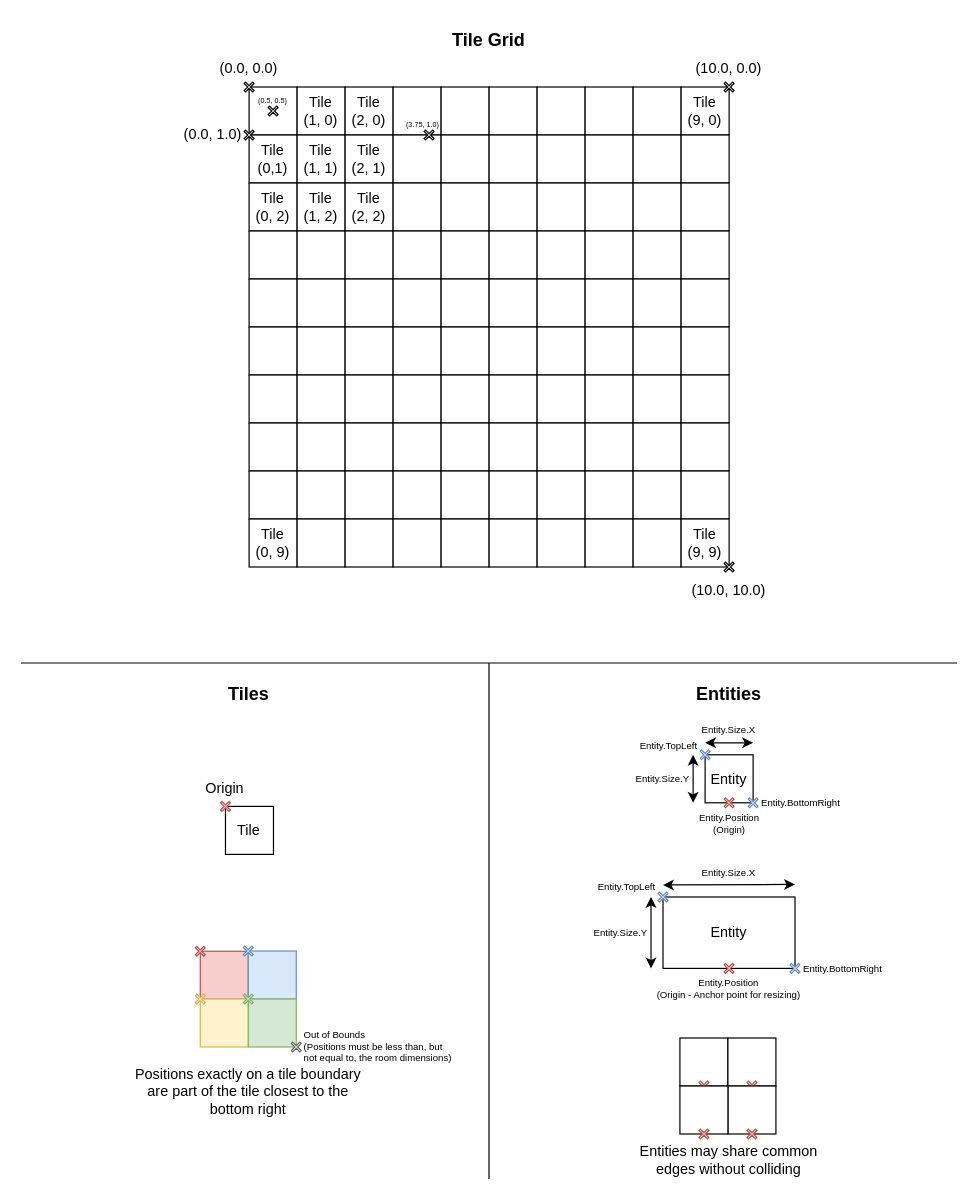
The draw.io diagram Diagrams/Coordinate System.drawio in Photon-Gaming/RPG-Project, before the edit. Source tidied: cells renumbered, new cells numbered last; positions are measured from the earlier drawing's top-left corner, leaving out a move shared by most shapes. Both pictures are drawn from the tidied source at 120%, with x=0, y=0 at pixel (20, 20).
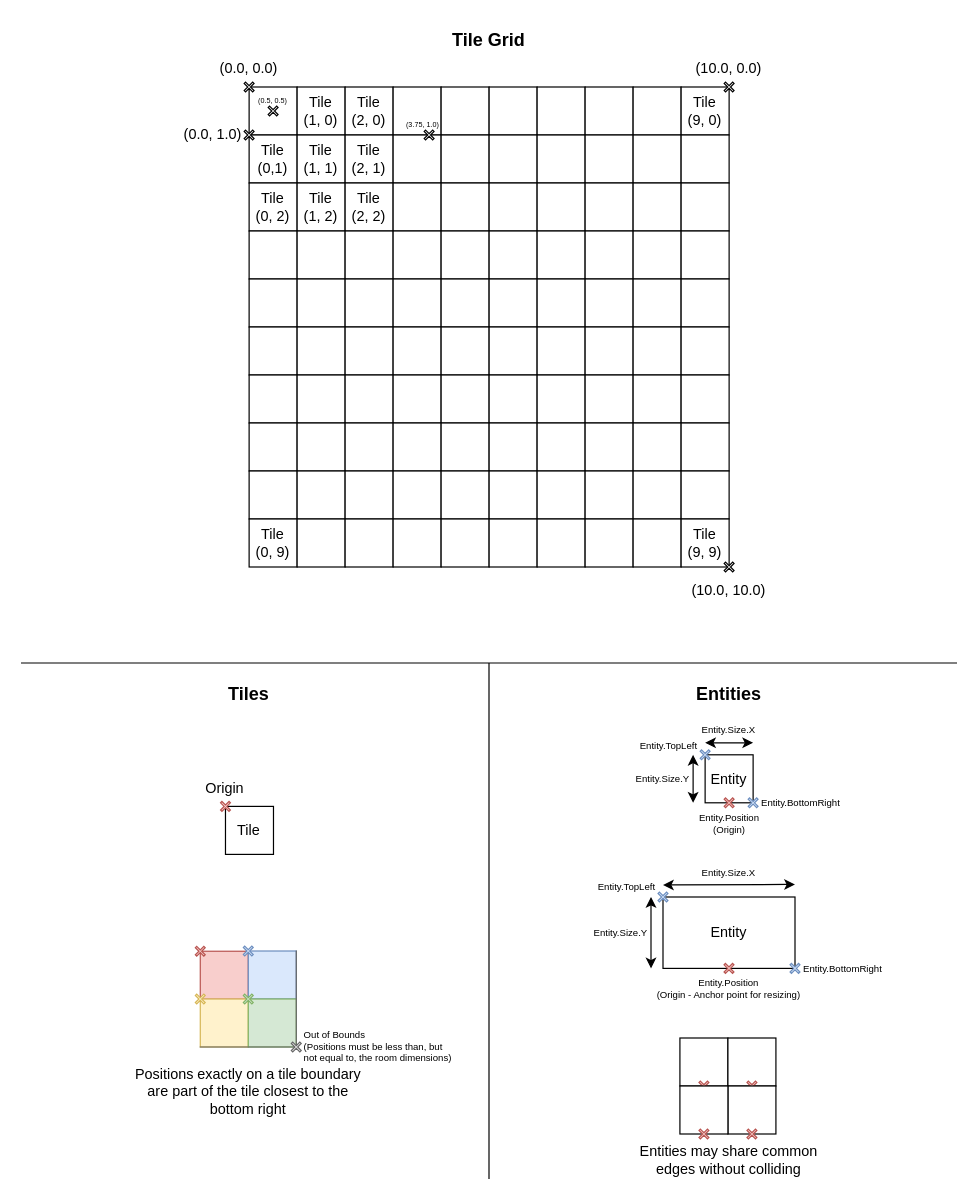
The same page after the edit.

Commit message:
Update tile boundary colour in coordinate diagram

What changed in the source:
```diff
@@
+    <mxCell id="164" style="endArrow=none;html=1;rounded=0;exitX=0;exitY=1;exitDx=0;exitDy=0;fillColor=#f5f5f5;strokeColor=#666666;" parent="1" edge="1">
+      <mxGeometry relative="1" as="geometry">
+        <mxPoint x="148.9" y="855" as="sourcePoint" />
+        <mxPoint x="230" y="855" as="targetPoint" />
+      </mxGeometry>
+    </mxCell>
@@
+    <mxCell id="165" style="endArrow=none;html=1;rounded=0;fillColor=#f5f5f5;strokeColor=#666666;" parent="1" edge="1">
+      <mxGeometry relative="1" as="geometry">
+        <mxPoint x="229.4" y="774.5" as="sourcePoint" />
+        <mxPoint x="229.4" y="855" as="targetPoint" />
+      </mxGeometry>
+    </mxCell>
```
